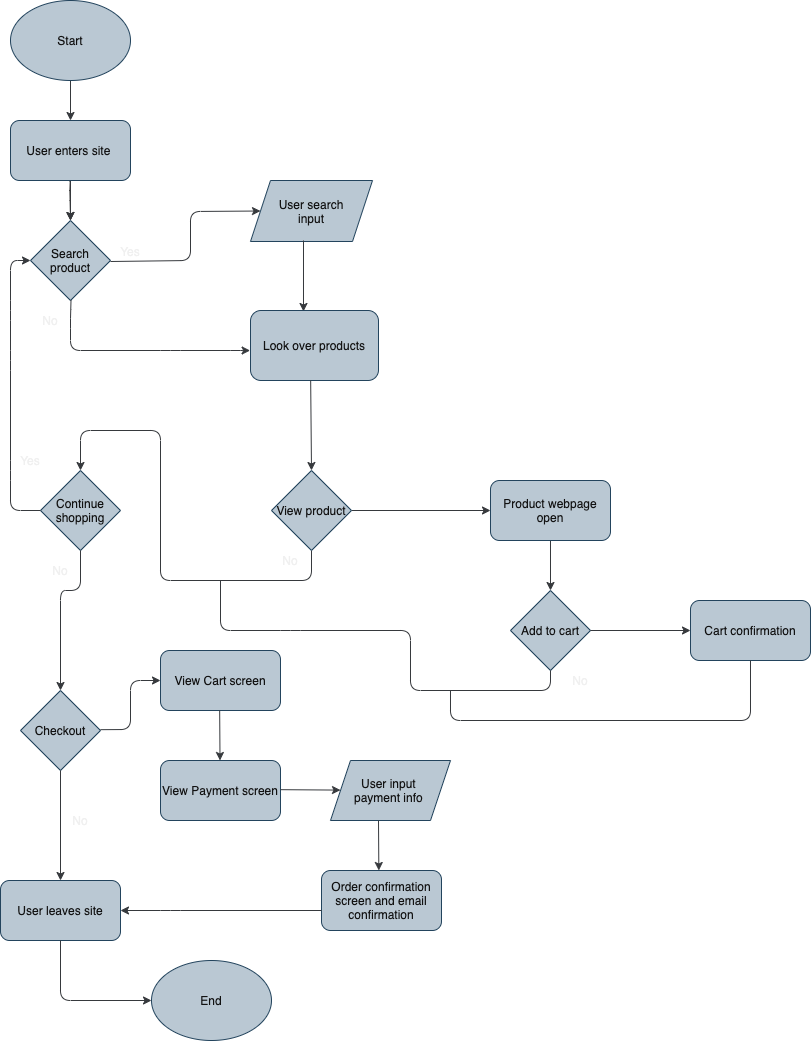
Earlier version of the draw.io export part2/part2.drawio.png (v2yan/sp21-cse110-lab4). Source tidied: cells renumbered, new cells last; positions are measured from the earlier drawing's top-left corner, leaving out a move shared by most shapes.
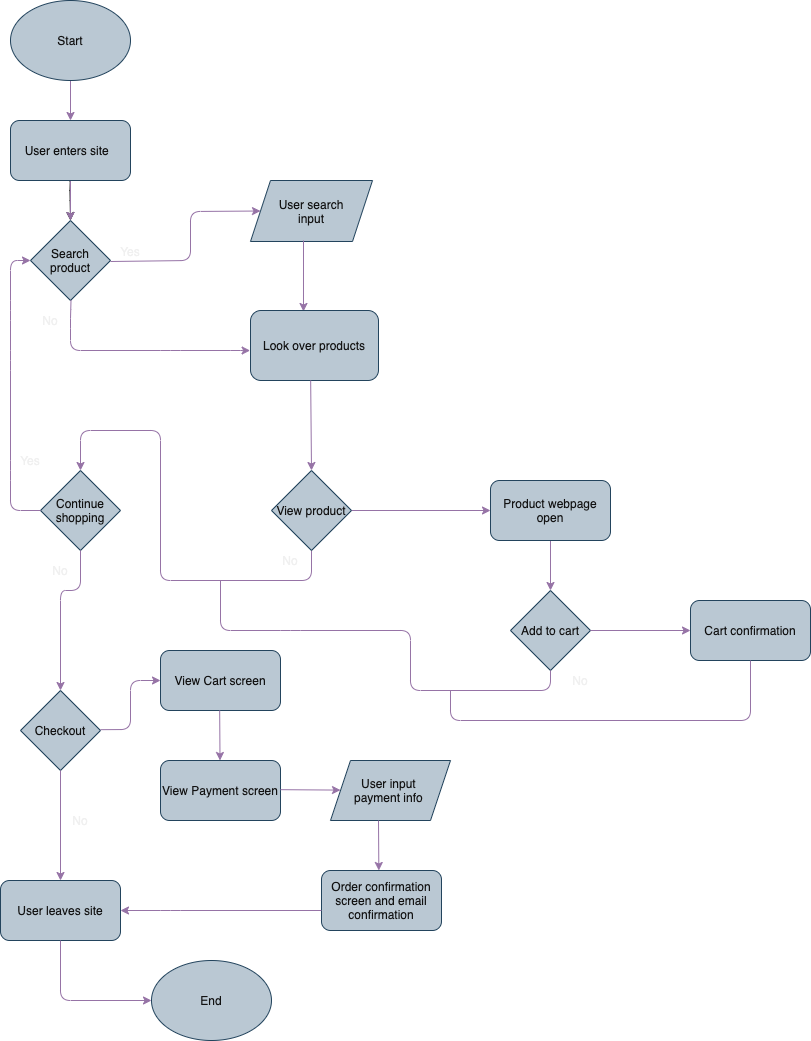
After the change.

Commit message:
fix diagram line color

Change to the diagram source:
```diff
@@ -2,7 +2,7 @@
   <root>
     <mxCell id="0" />
     <mxCell id="1" parent="0" />
-    <mxCell id="2" style="edgeStyle=orthogonalEdgeStyle;rounded=0;jettySize=auto;html=1;fontColor=#121212;fillColor=#f9f7ed;strokeColor=#36393d;" parent="1" edge="1" source="3" target="14">
+    <mxCell id="2" style="edgeStyle=orthogonalEdgeStyle;rounded=0;jettySize=auto;html=1;fontColor=#121212;fillColor=#e1d5e7;strokeColor=#9673a6;" parent="1" edge="1" source="3" target="14">
       <mxGeometry relative="1" as="geometry" />
     </mxCell>
     <mxCell id="3" value="&lt;font color=&quot;#121212&quot;&gt;Start&lt;/font&gt;" style="ellipse;whiteSpace=wrap;html=1;fillColor=#bac8d3;strokeColor=#23445d;" parent="1" vertex="1">
@@ -20,7 +20,7 @@
     <mxCell id="5" value="Search product" style="rhombus;whiteSpace=wrap;html=1;fillColor=#bac8d3;strokeColor=#23445d;fontColor=#121212;" parent="1" vertex="1">
       <mxGeometry x="30" y="220" width="80" height="80" as="geometry" />
     </mxCell>
-    <mxCell id="6" style="endArrow=classic;html=1;fontColor=#121212;exitX=0;exitY=1;exitDx=0;exitDy=0;entryX=0;entryY=0.5;entryDx=0;entryDy=0;fillColor=#f9f7ed;strokeColor=#36393d;" parent="1" edge="1" source="8" target="10">
+    <mxCell id="6" style="endArrow=classic;html=1;fontColor=#121212;exitX=0;exitY=1;exitDx=0;exitDy=0;entryX=0;entryY=0.5;entryDx=0;entryDy=0;fillColor=#e1d5e7;strokeColor=#9673a6;" parent="1" edge="1" source="8" target="10">
       <mxGeometry relative="1" as="geometry">
         <Array as="points">
           <mxPoint x="190" y="260" />
@@ -28,7 +28,7 @@
         </Array>
       </mxGeometry>
     </mxCell>
-    <mxCell id="7" style="endArrow=classic;html=1;entryX=-0.003;entryY=0.572;entryDx=0;entryDy=0;entryPerimeter=0;fillColor=#f9f7ed;strokeColor=#36393d;" parent="1" edge="1" target="12">
+    <mxCell id="7" style="endArrow=classic;html=1;entryX=-0.003;entryY=0.572;entryDx=0;entryDy=0;entryPerimeter=0;fillColor=#e1d5e7;strokeColor=#9673a6;" parent="1" edge="1" target="12">
       <mxGeometry relative="1" as="geometry">
         <mxPoint x="70.5" y="300" as="sourcePoint" />
         <Array as="points">
@@ -48,7 +48,7 @@
     <mxCell id="10" value="User search&lt;br&gt;input" style="shape=parallelogram;perimeter=parallelogramPerimeter;whiteSpace=wrap;html=1;fixedSize=1;fillColor=#bac8d3;strokeColor=#23445d;fontColor=#121212;" parent="1" vertex="1">
       <mxGeometry x="250" y="180" width="122" height="61" as="geometry" />
     </mxCell>
-    <mxCell id="11" style="endArrow=classic;html=1;fontColor=#121212;entryX=0.414;entryY=0.014;entryDx=0;entryDy=0;entryPerimeter=0;fillColor=#f9f7ed;strokeColor=#36393d;" parent="1" edge="1" target="12">
+    <mxCell id="11" style="endArrow=classic;html=1;fontColor=#121212;entryX=0.414;entryY=0.014;entryDx=0;entryDy=0;entryPerimeter=0;fillColor=#e1d5e7;strokeColor=#9673a6;" parent="1" edge="1" target="12">
       <mxGeometry relative="1" as="geometry">
         <mxPoint x="303" y="240" as="sourcePoint" />
       </mxGeometry>
@@ -56,13 +56,13 @@
     <mxCell id="12" value="&lt;font color=&quot;#121212&quot;&gt;Look over products&lt;/font&gt;" style="rounded=1;whiteSpace=wrap;html=1;fillColor=#bac8d3;strokeColor=#23445d;" parent="1" vertex="1">
       <mxGeometry x="250" y="310" width="128" height="70" as="geometry" />
     </mxCell>
-    <mxCell id="13" style="edgeStyle=orthogonalEdgeStyle;rounded=0;jettySize=auto;html=1;strokeColor=#36393d;fontColor=#121212;fillColor=#f9f7ed;" parent="1" edge="1" source="14" target="5">
+    <mxCell id="13" style="edgeStyle=orthogonalEdgeStyle;rounded=0;jettySize=auto;html=1;strokeColor=#9673a6;fontColor=#121212;fillColor=#e1d5e7;" parent="1" edge="1" source="14" target="5">
       <mxGeometry relative="1" as="geometry" />
     </mxCell>
-    <mxCell id="14" value="&lt;font color=&quot;#121212&quot;&gt;User enters site&amp;nbsp;&lt;/font&gt;" style="rounded=1;whiteSpace=wrap;html=1;fillColor=#bac8d3;strokeColor=#23445d;" parent="1" vertex="1">
+    <mxCell id="14" value="&lt;font color=&quot;#121212&quot;&gt;User enters site&amp;nbsp;&amp;nbsp;&lt;/font&gt;" style="rounded=1;whiteSpace=wrap;html=1;fillColor=#bac8d3;strokeColor=#23445d;" parent="1" vertex="1">
       <mxGeometry x="10" y="120" width="120" height="60" as="geometry" />
     </mxCell>
-    <mxCell id="15" style="endArrow=classic;html=1;fontColor=#121212;entryX=0.5;entryY=0;entryDx=0;entryDy=0;fillColor=#f9f7ed;strokeColor=#36393d;" parent="1" edge="1" target="46">
+    <mxCell id="15" style="endArrow=classic;html=1;fontColor=#121212;entryX=0.5;entryY=0;entryDx=0;entryDy=0;fillColor=#e1d5e7;strokeColor=#9673a6;" parent="1" edge="1" target="46">
       <mxGeometry relative="1" as="geometry">
         <mxPoint x="310.2" y="380" as="sourcePoint" />
       </mxGeometry>
@@ -70,13 +70,13 @@
     <mxCell id="16" value="Continue shopping" style="rhombus;whiteSpace=wrap;html=1;fillColor=#bac8d3;strokeColor=#23445d;fontColor=#121212;" parent="1" vertex="1">
       <mxGeometry x="40" y="470" width="80" height="80" as="geometry" />
     </mxCell>
-    <mxCell id="17" style="endArrow=classic;html=1;fontColor=#121212;entryX=0;entryY=0.5;entryDx=0;entryDy=0;fillColor=#f9f7ed;strokeColor=#36393d;" parent="1" edge="1" source="46" target="47">
+    <mxCell id="17" style="endArrow=classic;html=1;fontColor=#121212;entryX=0;entryY=0.5;entryDx=0;entryDy=0;fillColor=#e1d5e7;strokeColor=#9673a6;" parent="1" edge="1" source="46" target="47">
       <mxGeometry relative="1" as="geometry" />
     </mxCell>
     <mxCell id="18" value="Yes" style="text;html=1;strokeColor=none;fillColor=none;align=center;verticalAlign=middle;whiteSpace=wrap;rounded=0;fontColor=#FFFFFF;" parent="1" vertex="1">
       <mxGeometry x="401" y="490" width="40" height="20" as="geometry" />
     </mxCell>
-    <mxCell id="19" style="endArrow=classic;html=1;fontColor=#FFFFFF;exitX=0.5;exitY=1;exitDx=0;exitDy=0;entryX=0.5;entryY=0;entryDx=0;entryDy=0;strokeColor=#36393d;fillColor=#f9f7ed;" parent="1" edge="1" source="46" target="16">
+    <mxCell id="19" style="endArrow=classic;html=1;fontColor=#FFFFFF;exitX=0.5;exitY=1;exitDx=0;exitDy=0;entryX=0.5;entryY=0;entryDx=0;entryDy=0;strokeColor=#9673a6;fillColor=#e1d5e7;" parent="1" edge="1" source="46" target="16">
       <mxGeometry relative="1" as="geometry">
         <Array as="points">
           <mxPoint x="311" y="580" />
@@ -89,7 +89,7 @@
     <mxCell id="20" value="&lt;font&gt;No&lt;/font&gt;" style="text;html=1;strokeColor=none;fillColor=none;align=center;verticalAlign=middle;whiteSpace=wrap;rounded=0;fontColor=#F0F0F0;" parent="1" vertex="1">
       <mxGeometry x="260" y="550" width="60" height="20" as="geometry" />
     </mxCell>
-    <mxCell id="21" style="endArrow=classic;html=1;fontColor=#FFFFFF;entryX=0;entryY=0.5;entryDx=0;entryDy=0;exitX=0;exitY=0.5;exitDx=0;exitDy=0;fillColor=#f9f7ed;strokeColor=#36393d;" parent="1" edge="1" source="16" target="5">
+    <mxCell id="21" style="endArrow=classic;html=1;fontColor=#FFFFFF;entryX=0;entryY=0.5;entryDx=0;entryDy=0;exitX=0;exitY=0.5;exitDx=0;exitDy=0;fillColor=#e1d5e7;strokeColor=#9673a6;" parent="1" edge="1" source="16" target="5">
       <mxGeometry relative="1" as="geometry">
         <Array as="points">
           <mxPoint x="10" y="510" />
@@ -103,7 +103,7 @@
     <mxCell id="22" value="Yes" style="text;html=1;strokeColor=none;fillColor=none;align=center;verticalAlign=middle;whiteSpace=wrap;rounded=0;fontColor=#F0F0F0;" parent="1" vertex="1">
       <mxGeometry x="10" y="450" width="40" height="20" as="geometry" />
     </mxCell>
-    <mxCell id="23" style="endArrow=classic;html=1;fontColor=#121212;entryX=0.5;entryY=0;entryDx=0;entryDy=0;exitX=0.5;exitY=1;exitDx=0;exitDy=0;fillColor=#f9f7ed;strokeColor=#36393d;" parent="1" edge="1" source="16" target="25">
+    <mxCell id="23" style="endArrow=classic;html=1;fontColor=#121212;entryX=0.5;entryY=0;entryDx=0;entryDy=0;exitX=0.5;exitY=1;exitDx=0;exitDy=0;fillColor=#e1d5e7;strokeColor=#9673a6;" parent="1" edge="1" source="16" target="25">
       <mxGeometry relative="1" as="geometry">
         <Array as="points">
           <mxPoint x="80" y="590" />
@@ -117,12 +117,12 @@
     <mxCell id="25" value="Checkout" style="rhombus;whiteSpace=wrap;html=1;fillColor=#bac8d3;strokeColor=#23445d;fontColor=#121212;" parent="1" vertex="1">
       <mxGeometry x="20" y="690" width="80" height="80" as="geometry" />
     </mxCell>
-    <mxCell id="26" style="endArrow=classic;html=1;fontColor=#121212;entryX=0.5;entryY=0;entryDx=0;entryDy=0;fillColor=#f9f7ed;strokeColor=#36393d;" parent="1" edge="1" target="28">
+    <mxCell id="26" style="endArrow=classic;html=1;fontColor=#121212;entryX=0.5;entryY=0;entryDx=0;entryDy=0;fillColor=#e1d5e7;strokeColor=#9673a6;" parent="1" edge="1" target="28">
       <mxGeometry relative="1" as="geometry">
         <mxPoint x="60" y="770" as="sourcePoint" />
       </mxGeometry>
     </mxCell>
-    <mxCell id="27" style="endArrow=classic;html=1;fontColor=#121212;entryX=0;entryY=0.5;entryDx=0;entryDy=0;fillColor=#f9f7ed;strokeColor=#36393d;" parent="1" edge="1" target="33">
+    <mxCell id="27" style="endArrow=classic;html=1;fontColor=#121212;entryX=0;entryY=0.5;entryDx=0;entryDy=0;fillColor=#e1d5e7;strokeColor=#9673a6;" parent="1" edge="1" target="33">
       <mxGeometry relative="1" as="geometry">
         <mxPoint x="100" y="729.2" as="sourcePoint" />
         <Array as="points">
@@ -134,7 +134,7 @@
     <mxCell id="28" value="&lt;font color=&quot;#121212&quot;&gt;User leaves site&lt;/font&gt;" style="rounded=1;whiteSpace=wrap;html=1;fillColor=#bac8d3;strokeColor=#23445d;" parent="1" vertex="1">
       <mxGeometry y="880" width="120" height="60" as="geometry" />
     </mxCell>
-    <mxCell id="29" style="endArrow=classic;html=1;fontColor=#121212;entryX=0;entryY=0.5;entryDx=0;entryDy=0;exitX=0.5;exitY=1;exitDx=0;exitDy=0;fillColor=#f9f7ed;strokeColor=#36393d;" parent="1" edge="1" source="28" target="30">
+    <mxCell id="29" style="endArrow=classic;html=1;fontColor=#121212;entryX=0;entryY=0.5;entryDx=0;entryDy=0;exitX=0.5;exitY=1;exitDx=0;exitDy=0;fillColor=#e1d5e7;strokeColor=#9673a6;" parent="1" edge="1" source="28" target="30">
       <mxGeometry relative="1" as="geometry">
         <Array as="points">
           <mxPoint x="60" y="1000" />
@@ -153,7 +153,7 @@
     <mxCell id="33" value="&lt;font color=&quot;#121212&quot;&gt;View Cart screen&lt;/font&gt;" style="rounded=1;whiteSpace=wrap;html=1;fillColor=#bac8d3;strokeColor=#23445d;" parent="1" vertex="1">
       <mxGeometry x="160" y="650" width="120" height="60" as="geometry" />
     </mxCell>
-    <mxCell id="34" style="endArrow=classic;html=1;fontColor=#121212;fillColor=#f9f7ed;strokeColor=#36393d;" parent="1" edge="1">
+    <mxCell id="34" style="endArrow=classic;html=1;fontColor=#121212;fillColor=#e1d5e7;strokeColor=#9673a6;" parent="1" edge="1">
       <mxGeometry relative="1" as="geometry">
         <mxPoint x="219.2" y="710" as="sourcePoint" />
         <mxPoint x="219.5" y="760" as="targetPoint" />
@@ -165,13 +165,13 @@
     <mxCell id="36" value="User input &lt;br&gt;payment info&amp;nbsp;" style="shape=parallelogram;perimeter=parallelogramPerimeter;whiteSpace=wrap;html=1;fixedSize=1;fillColor=#bac8d3;strokeColor=#23445d;fontColor=#121212;" parent="1" vertex="1">
       <mxGeometry x="330" y="760" width="120" height="60" as="geometry" />
     </mxCell>
-    <mxCell id="37" style="endArrow=classic;html=1;fontColor=#121212;fillColor=#f9f7ed;strokeColor=#36393d;" parent="1" edge="1">
+    <mxCell id="37" style="endArrow=classic;html=1;fontColor=#121212;fillColor=#e1d5e7;strokeColor=#9673a6;" parent="1" edge="1">
       <mxGeometry relative="1" as="geometry">
         <mxPoint x="280" y="789.2" as="sourcePoint" />
         <mxPoint x="340" y="789.6" as="targetPoint" />
       </mxGeometry>
     </mxCell>
-    <mxCell id="38" style="endArrow=classic;html=1;fontColor=#121212;fillColor=#f9f7ed;strokeColor=#36393d;" parent="1" edge="1">
+    <mxCell id="38" style="endArrow=classic;html=1;fontColor=#121212;fillColor=#e1d5e7;strokeColor=#9673a6;" parent="1" edge="1">
       <mxGeometry relative="1" as="geometry">
         <mxPoint x="378" y="820" as="sourcePoint" />
         <mxPoint x="378.3" y="870" as="targetPoint" />
@@ -180,7 +180,7 @@
     <mxCell id="39" value="&lt;font color=&quot;#121212&quot;&gt;Order confirmation screen and email confirmation&lt;/font&gt;" style="rounded=1;whiteSpace=wrap;html=1;fillColor=#bac8d3;strokeColor=#23445d;" parent="1" vertex="1">
       <mxGeometry x="321" y="870" width="120" height="60" as="geometry" />
     </mxCell>
-    <mxCell id="40" style="endArrow=classic;html=1;fontColor=#121212;entryX=1;entryY=0.5;entryDx=0;entryDy=0;fillColor=#f9f7ed;strokeColor=#36393d;" parent="1" edge="1" target="28">
+    <mxCell id="40" style="endArrow=classic;html=1;fontColor=#121212;entryX=1;entryY=0.5;entryDx=0;entryDy=0;fillColor=#e1d5e7;strokeColor=#9673a6;" parent="1" edge="1" target="28">
       <mxGeometry relative="1" as="geometry">
         <mxPoint x="321" y="910" as="sourcePoint" />
         <Array as="points">
@@ -191,10 +191,10 @@
     <mxCell id="41" value="Add to cart" style="rhombus;whiteSpace=wrap;html=1;fillColor=#bac8d3;strokeColor=#23445d;fontColor=#121212;" parent="1" vertex="1">
       <mxGeometry x="510" y="590" width="80" height="80" as="geometry" />
     </mxCell>
-    <mxCell id="42" style="endArrow=classic;html=1;fontColor=#121212;entryX=0.5;entryY=0;entryDx=0;entryDy=0;exitX=0.5;exitY=1;exitDx=0;exitDy=0;fillColor=#f9f7ed;strokeColor=#36393d;" parent="1" edge="1" source="47" target="41">
+    <mxCell id="42" style="endArrow=classic;html=1;fontColor=#121212;entryX=0.5;entryY=0;entryDx=0;entryDy=0;exitX=0.5;exitY=1;exitDx=0;exitDy=0;fillColor=#e1d5e7;strokeColor=#9673a6;" parent="1" edge="1" source="47" target="41">
       <mxGeometry relative="1" as="geometry" />
     </mxCell>
-    <mxCell id="43" style="endArrow=classic;html=1;fontColor=#121212;fillColor=#f9f7ed;strokeColor=#36393d;" parent="1" edge="1" source="41">
+    <mxCell id="43" style="endArrow=classic;html=1;fontColor=#121212;fillColor=#e1d5e7;strokeColor=#9673a6;" parent="1" edge="1" source="41">
       <mxGeometry relative="1" as="geometry">
         <mxPoint x="690" y="630" as="targetPoint" />
       </mxGeometry>
@@ -211,7 +211,7 @@
     <mxCell id="47" value="&lt;font color=&quot;#121212&quot;&gt;Product webpage open&lt;/font&gt;" style="rounded=1;whiteSpace=wrap;html=1;fillColor=#bac8d3;strokeColor=#23445d;" parent="1" vertex="1">
       <mxGeometry x="490" y="480" width="120" height="60" as="geometry" />
     </mxCell>
-    <mxCell id="48" style="endArrow=none;html=1;fontColor=#121212;entryX=0.5;entryY=1;entryDx=0;entryDy=0;fillColor=#f9f7ed;strokeColor=#36393d;" parent="1" edge="1" target="41">
+    <mxCell id="48" style="endArrow=none;html=1;fontColor=#121212;entryX=0.5;entryY=1;entryDx=0;entryDy=0;fillColor=#e1d5e7;strokeColor=#9673a6;" parent="1" edge="1" target="41">
       <mxGeometry relative="1" as="geometry">
         <mxPoint x="220" y="580" as="sourcePoint" />
         <Array as="points">
@@ -226,7 +226,7 @@
     <mxCell id="49" value="&lt;font&gt;No&lt;/font&gt;" style="text;html=1;strokeColor=none;fillColor=none;align=center;verticalAlign=middle;whiteSpace=wrap;rounded=0;fontColor=#F0F0F0;" parent="1" vertex="1">
       <mxGeometry x="550" y="670" width="60" height="20" as="geometry" />
     </mxCell>
-    <mxCell id="50" style="endArrow=none;html=1;fontColor=#121212;entryX=0.5;entryY=1;entryDx=0;entryDy=0;fillColor=#f9f7ed;strokeColor=#36393d;" parent="1" edge="1" target="45">
+    <mxCell id="50" style="endArrow=none;html=1;fontColor=#121212;entryX=0.5;entryY=1;entryDx=0;entryDy=0;fillColor=#e1d5e7;strokeColor=#9673a6;" parent="1" edge="1" target="45">
       <mxGeometry relative="1" as="geometry">
         <mxPoint x="450" y="690" as="sourcePoint" />
         <Array as="points">
```
